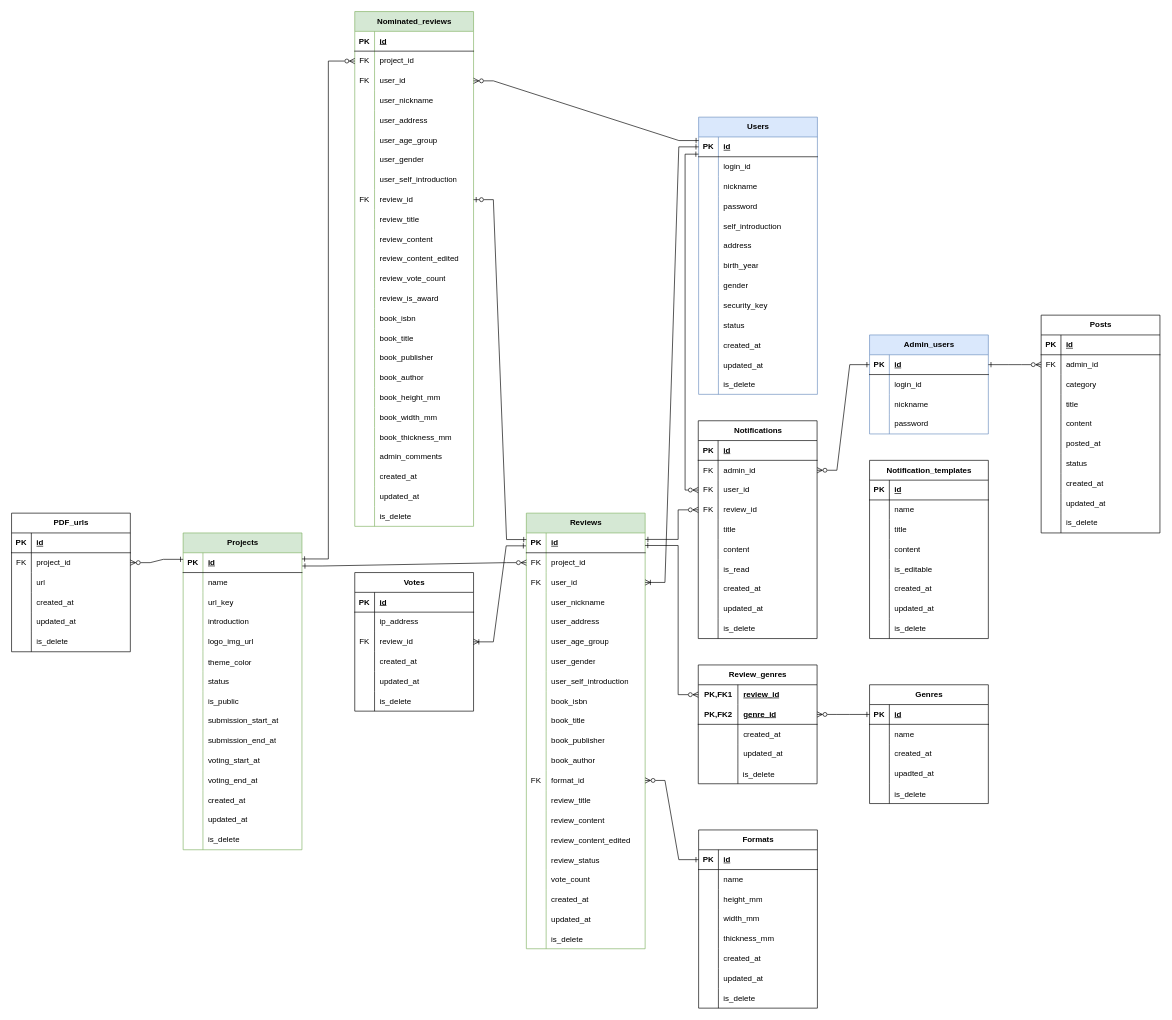
The draw.io diagram ER図.drawio in knagaki1225/zoutohana-documentation, before the edit. Source tidied: cells renumbered, new cells numbered last; positions are measured from the earlier drawing's top-left corner, leaving out a move shared by most shapes. Both pictures are drawn from the tidied source at 66%, with x=0, y=0 at pixel (11, 11).
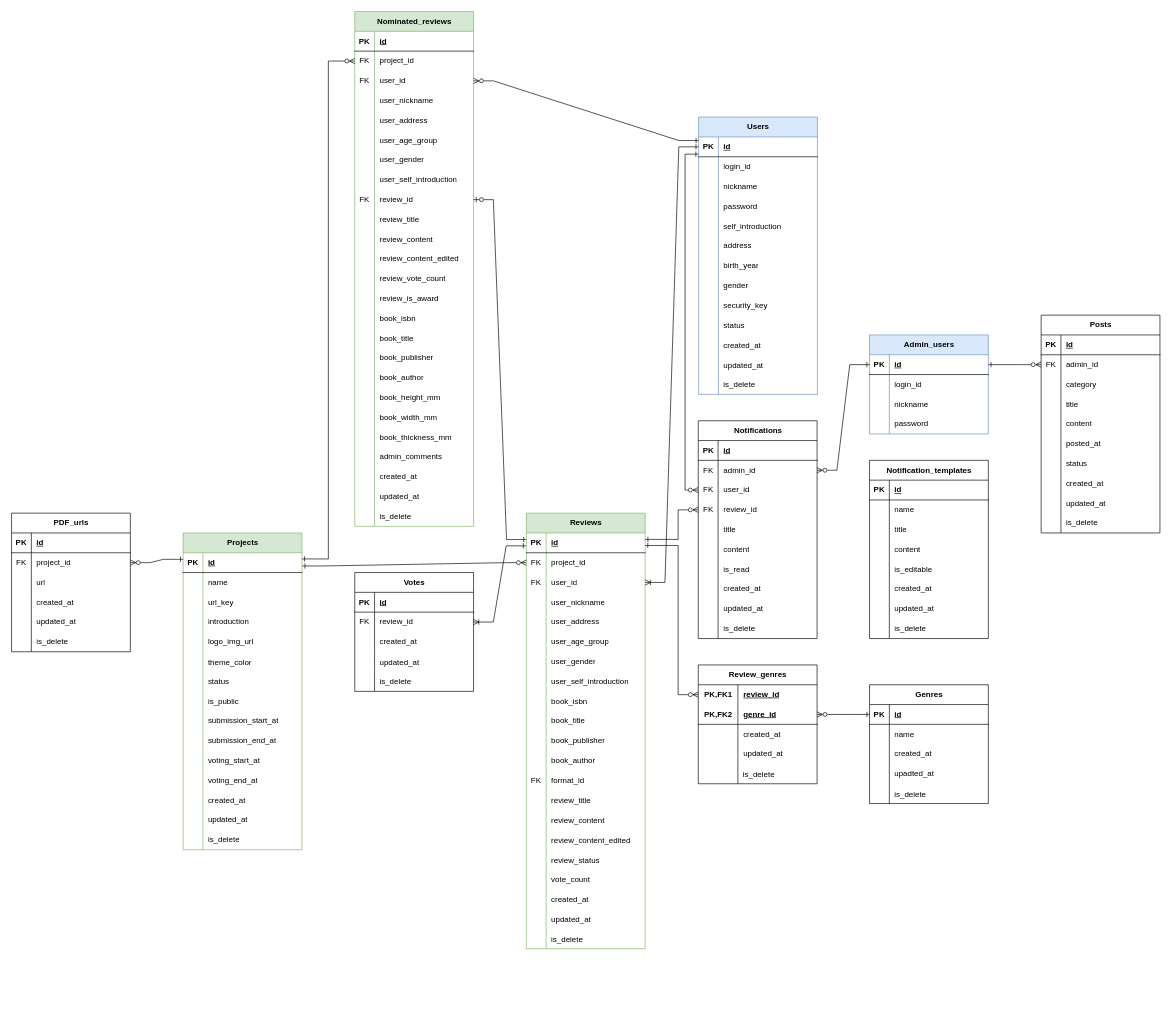
The same page after the edit.

Commit message:
不要部分の修正

Unchanged cells that the change refers to:
```xml
<mxCell id="120" style="shape=tableRow;horizontal=0;startSize=0;swimlaneHead=0;swimlaneBody=0;fillColor=none;points=[[0,0.5],[1,0.5]];portConstraint=eastwest;top=0;left=0;right=0;bottom=0;" parent="83" vertex="1">
  <mxGeometry y="390" width="180" height="30" as="geometry" />
</mxCell>
```

Diff of the diagram source:
```diff
@@
-    <mxCell id="42" value="Formats" style="shape=table;startSize=30;childLayout=tableLayout;rowLines=0;fontStyle=1;align=center;html=1;" parent="1" vertex="1">
-      <mxGeometry x="1041" y="1240" width="180" height="270" as="geometry" />
-    </mxCell>
-    <mxCell id="43" style="shape=tableRow;horizontal=0;startSize=0;swimlaneHead=0;swimlaneBody=0;fillColor=none;points=[[0,0.5],[1,0.5]];portConstraint=eastwest;top=0;left=0;right=0;bottom=1;" parent="42" vertex="1">
-      <mxGeometry y="30" width="180" height="30" as="geometry" />
-    </mxCell>
-    <mxCell id="44" value="PK" style="shape=partialRectangle;fillColor=none;top=0;left=0;bottom=0;right=0;fontStyle=1;overflow=hidden;whiteSpace=wrap;html=1;" parent="43" vertex="1">
-      <mxGeometry width="30" height="30" as="geometry" />
-    </mxCell>
-    <mxCell id="45" value="id" style="shape=partialRectangle;fillColor=none;top=0;left=0;bottom=0;right=0;align=left;spacingLeft=6;fontStyle=5;overflow=hidden;whiteSpace=wrap;html=1;" parent="43" vertex="1">
-      <mxGeometry x="30" width="150" height="30" as="geometry" />
-    </mxCell>
-    <mxCell id="46" style="shape=tableRow;horizontal=0;startSize=0;swimlaneHead=0;swimlaneBody=0;fillColor=none;top=0;left=0;right=0;bottom=0;" parent="42" vertex="1">
-      <mxGeometry y="60" width="180" height="30" as="geometry" />
-    </mxCell>
-    <mxCell id="47" style="shape=partialRectangle;fillColor=none;top=0;left=0;bottom=0;right=0;overflow=hidden;whiteSpace=wrap;html=1;" parent="46" vertex="1">
-      <mxGeometry width="30" height="30" as="geometry" />
-    </mxCell>
-    <mxCell id="48" value="name" style="shape=partialRectangle;fillColor=none;top=0;left=0;bottom=0;right=0;align=left;spacingLeft=6;overflow=hidden;whiteSpace=wrap;html=1;" parent="46" vertex="1">
-      <mxGeometry x="30" width="150" height="30" as="geometry" />
-    </mxCell>
-    <mxCell id="49" style="shape=tableRow;horizontal=0;startSize=0;swimlaneHead=0;swimlaneBody=0;fillColor=none;top=0;left=0;right=0;bottom=0;" parent="42" vertex="1">
-      <mxGeometry y="90" width="180" height="30" as="geometry" />
-    </mxCell>
-    <mxCell id="50" style="shape=partialRectangle;fillColor=none;top=0;left=0;bottom=0;right=0;overflow=hidden;whiteSpace=wrap;html=1;" parent="49" vertex="1">
-      <mxGeometry width="30" height="30" as="geometry" />
-    </mxCell>
-    <mxCell id="51" value="height_mm" style="shape=partialRectangle;fillColor=none;top=0;left=0;bottom=0;right=0;align=left;spacingLeft=6;overflow=hidden;whiteSpace=wrap;html=1;" parent="49" vertex="1">
-      <mxGeometry x="30" width="150" height="30" as="geometry" />
-    </mxCell>
-    <mxCell id="52" style="shape=tableRow;horizontal=0;startSize=0;swimlaneHead=0;swimlaneBody=0;fillColor=none;top=0;left=0;right=0;bottom=0;" parent="42" vertex="1">
-      <mxGeometry y="120" width="180" height="30" as="geometry" />
-    </mxCell>
-    <mxCell id="53" style="shape=partialRectangle;fillColor=none;top=0;left=0;bottom=0;right=0;overflow=hidden;whiteSpace=wrap;html=1;" parent="52" vertex="1">
-      <mxGeometry width="30" height="30" as="geometry" />
-    </mxCell>
-    <mxCell id="54" value="width_mm" style="shape=partialRectangle;fillColor=none;top=0;left=0;bottom=0;right=0;align=left;spacingLeft=6;overflow=hidden;whiteSpace=wrap;html=1;" parent="52" vertex="1">
-      <mxGeometry x="30" width="150" height="30" as="geometry" />
-    </mxCell>
-    <mxCell id="55" style="shape=tableRow;horizontal=0;startSize=0;swimlaneHead=0;swimlaneBody=0;fillColor=none;top=0;left=0;right=0;bottom=0;" parent="42" vertex="1">
-      <mxGeometry y="150" width="180" height="30" as="geometry" />
-    </mxCell>
-    <mxCell id="56" style="shape=partialRectangle;fillColor=none;top=0;left=0;bottom=0;right=0;overflow=hidden;whiteSpace=wrap;html=1;" parent="55" vertex="1">
-      <mxGeometry width="30" height="30" as="geometry" />
-    </mxCell>
-    <mxCell id="57" value="thickness_mm" style="shape=partialRectangle;fillColor=none;top=0;left=0;bottom=0;right=0;align=left;spacingLeft=6;overflow=hidden;whiteSpace=wrap;html=1;" parent="55" vertex="1">
-      <mxGeometry x="30" width="150" height="30" as="geometry" />
-    </mxCell>
-    <mxCell id="58" style="shape=tableRow;horizontal=0;startSize=0;swimlaneHead=0;swimlaneBody=0;fillColor=none;top=0;left=0;right=0;bottom=0;" parent="42" vertex="1">
-      <mxGeometry y="180" width="180" height="30" as="geometry" />
-    </mxCell>
-    <mxCell id="59" style="shape=partialRectangle;fillColor=none;top=0;left=0;bottom=0;right=0;overflow=hidden;whiteSpace=wrap;html=1;" parent="58" vertex="1">
-      <mxGeometry width="30" height="30" as="geometry" />
-    </mxCell>
-    <mxCell id="60" value="created_at" style="shape=partialRectangle;fillColor=none;top=0;left=0;bottom=0;right=0;align=left;spacingLeft=6;overflow=hidden;whiteSpace=wrap;html=1;" parent="58" vertex="1">
-      <mxGeometry x="30" width="150" height="30" as="geometry" />
-    </mxCell>
-    <mxCell id="61" style="shape=tableRow;horizontal=0;startSize=0;swimlaneHead=0;swimlaneBody=0;fillColor=none;top=0;left=0;right=0;bottom=0;" parent="42" vertex="1">
-      <mxGeometry y="210" width="180" height="30" as="geometry" />
-    </mxCell>
-    <mxCell id="62" style="shape=partialRectangle;fillColor=none;top=0;left=0;bottom=0;right=0;overflow=hidden;whiteSpace=wrap;html=1;" parent="61" vertex="1">
-      <mxGeometry width="30" height="30" as="geometry" />
-    </mxCell>
-    <mxCell id="63" value="updated_at" style="shape=partialRectangle;fillColor=none;top=0;left=0;bottom=0;right=0;align=left;spacingLeft=6;overflow=hidden;whiteSpace=wrap;html=1;" parent="61" vertex="1">
-      <mxGeometry x="30" width="150" height="30" as="geometry" />
-    </mxCell>
-    <mxCell id="64" style="shape=tableRow;horizontal=0;startSize=0;swimlaneHead=0;swimlaneBody=0;fillColor=none;top=0;left=0;right=0;bottom=0;" parent="42" vertex="1">
-      <mxGeometry y="240" width="180" height="30" as="geometry" />
-    </mxCell>
-    <mxCell id="65" style="shape=partialRectangle;fillColor=none;top=0;left=0;bottom=0;right=0;overflow=hidden;" parent="64" vertex="1">
-      <mxGeometry width="30" height="30" as="geometry" />
-    </mxCell>
-    <mxCell id="66" value="is_delete" style="shape=partialRectangle;fillColor=none;top=0;left=0;bottom=0;right=0;align=left;spacingLeft=6;overflow=hidden;" parent="64" vertex="1">
-      <mxGeometry x="30" width="150" height="30" as="geometry" />
-    </mxCell>
@@
     <mxCell id="193" value="Votes" style="shape=table;startSize=30;childLayout=tableLayout;rowLines=0;fontStyle=1;align=center;html=1;" parent="1" vertex="1">
-      <mxGeometry x="520" y="850" width="180" height="210" as="geometry" />
+      <mxGeometry x="520" y="850" width="180" height="180" as="geometry" />
     </mxCell>
@@
-    <mxCell id="197" style="shape=tableRow;horizontal=0;startSize=0;swimlaneHead=0;swimlaneBody=0;fillColor=none;top=0;left=0;right=0;bottom=0;" parent="193" vertex="1">
-      <mxGeometry y="60" width="180" height="30" as="geometry" />
-    </mxCell>
-    <mxCell id="198" style="shape=partialRectangle;fillColor=none;top=0;left=0;bottom=0;right=0;overflow=hidden;whiteSpace=wrap;html=1;" parent="197" vertex="1">
-      <mxGeometry width="30" height="30" as="geometry" />
-    </mxCell>
-    <mxCell id="199" value="ip_add&lt;span style=&quot;background-color: transparent; color: light-dark(rgb(0, 0, 0), rgb(255, 255, 255));&quot;&gt;ress&lt;/span&gt;" style="shape=partialRectangle;fillColor=none;top=0;left=0;bottom=0;right=0;align=left;spacingLeft=6;overflow=hidden;whiteSpace=wrap;html=1;" parent="197" vertex="1">
-      <mxGeometry x="30" width="150" height="30" as="geometry" />
-    </mxCell>
     <mxCell id="200" style="shape=tableRow;horizontal=0;startSize=0;swimlaneHead=0;swimlaneBody=0;fillColor=none;points=[[0,0.5],[1,0.5]];portConstraint=eastwest;top=0;left=0;right=0;bottom=0;" parent="193" vertex="1">
-      <mxGeometry y="90" width="180" height="30" as="geometry" />
+      <mxGeometry y="60" width="180" height="30" as="geometry" />
     </mxCell>
@@
     <mxCell id="203" style="shape=tableRow;horizontal=0;startSize=0;swimlaneHead=0;swimlaneBody=0;fillColor=none;top=0;left=0;right=0;bottom=0;" parent="193" vertex="1">
-      <mxGeometry y="120" width="180" height="30" as="geometry" />
+      <mxGeometry y="90" width="180" height="30" as="geometry" />
     </mxCell>
@@
     <mxCell id="206" style="shape=tableRow;horizontal=0;startSize=0;swimlaneHead=0;swimlaneBody=0;fillColor=none;top=0;left=0;right=0;bottom=0;" parent="193" vertex="1">
-      <mxGeometry y="150" width="180" height="30" as="geometry" />
+      <mxGeometry y="120" width="180" height="30" as="geometry" />
     </mxCell>
@@
     <mxCell id="209" style="shape=tableRow;horizontal=0;startSize=0;swimlaneHead=0;swimlaneBody=0;fillColor=none;top=0;left=0;right=0;bottom=0;" parent="193" vertex="1">
-      <mxGeometry y="180" width="180" height="30" as="geometry" />
+      <mxGeometry y="150" width="180" height="30" as="geometry" />
     </mxCell>
@@
-    <mxCell id="389" style="edgeStyle=entityRelationEdgeStyle;fontSize=12;html=1;endArrow=ERone;startArrow=ERzeroToMany;rounded=0;entryX=0;entryY=0.5;entryDx=0;entryDy=0;startFill=0;endFill=0;exitX=1;exitY=0.5;exitDx=0;exitDy=0;" parent="1" edge="1" source="120" target="43">
-      <mxGeometry relative="1" as="geometry" />
-    </mxCell>
```
